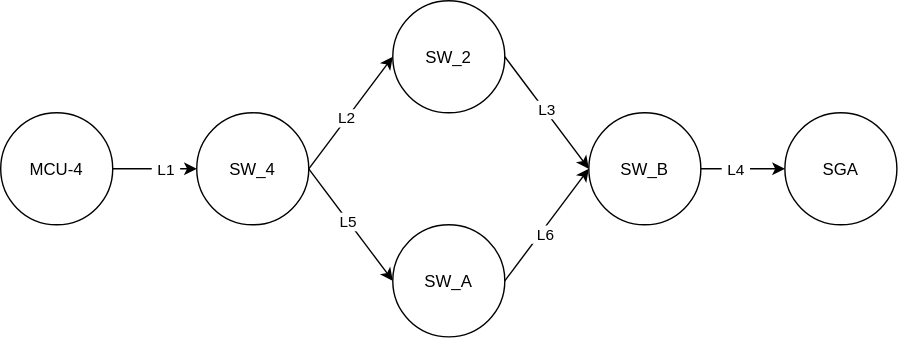
Earlier version of the draw.io export Figs/CB-aware.svg (Fre-Ar/RSIS). Source tidied: cells renumbered, new cells last; positions are measured from the earlier drawing's top-left corner, leaving out a move shared by most shapes.
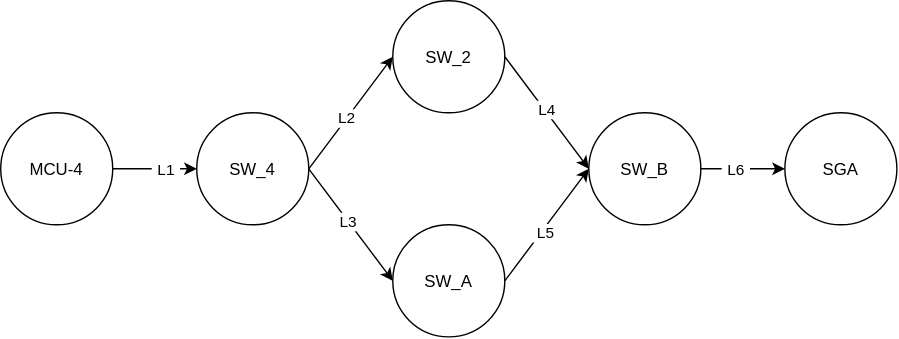
Later version of the same file.

Change to the diagram source:
```diff
@@ -32,13 +32,13 @@
     <mxCell id="11" style="endArrow=classic;html=1;rounded=0;defaultLabelBackgroundColor=page;labelPadding=0 4;exitX=1;exitY=0.5;exitDx=0;exitDy=0;entryX=0;entryY=0.5;entryDx=0;entryDy=0;" parent="1" edge="1" source="4" target="5">
       <mxGeometry relative="1" as="geometry" />
     </mxCell>
-    <mxCell id="12" value="L3" style="edgeLabel;html=1;align=center;verticalAlign=middle;inheritText=1;defaultLabelBackgroundColor=page;labelPadding=0 4;" parent="11" vertex="1">
+    <mxCell id="12" value="L4" style="edgeLabel;html=1;align=center;verticalAlign=middle;inheritText=1;defaultLabelBackgroundColor=page;labelPadding=0 4;" parent="11" vertex="1">
       <mxGeometry x="-0.04" y="1" relative="1" as="geometry" />
     </mxCell>
     <mxCell id="13" style="endArrow=classic;html=1;rounded=0;defaultLabelBackgroundColor=page;labelPadding=0 4;exitX=1;exitY=0.5;exitDx=0;exitDy=0;entryX=0;entryY=0.5;entryDx=0;entryDy=0;" parent="1" edge="1" source="5" target="6">
       <mxGeometry relative="1" as="geometry" />
     </mxCell>
-    <mxCell id="14" value="L4" style="edgeLabel;html=1;align=center;verticalAlign=middle;inheritText=1;defaultLabelBackgroundColor=page;labelPadding=0 4;" parent="13" vertex="1">
+    <mxCell id="14" value="L6" style="edgeLabel;html=1;align=center;verticalAlign=middle;inheritText=1;defaultLabelBackgroundColor=page;labelPadding=0 4;" parent="13" vertex="1">
       <mxGeometry x="-0.21" relative="1" as="geometry" />
     </mxCell>
     <mxCell id="15" value="SW_A" style="ellipse;whiteSpace=wrap;html=1;shapeInside=1;" parent="1" vertex="1">
@@ -47,7 +47,7 @@
     <mxCell id="16" style="endArrow=classic;html=1;rounded=0;defaultLabelBackgroundColor=page;labelPadding=0 4;exitX=1;exitY=0.5;exitDx=0;exitDy=0;entryX=0;entryY=0.5;entryDx=0;entryDy=0;" parent="1" edge="1" source="3" target="15">
       <mxGeometry relative="1" as="geometry" />
     </mxCell>
-    <mxCell id="17" value="L5" style="edgeLabel;html=1;align=center;verticalAlign=middle;inheritText=1;defaultLabelBackgroundColor=page;labelPadding=0 4;" parent="16" vertex="1">
+    <mxCell id="17" value="L3" style="edgeLabel;html=1;align=center;verticalAlign=middle;inheritText=1;defaultLabelBackgroundColor=page;labelPadding=0 4;" parent="16" vertex="1">
       <mxGeometry x="-0.07" relative="1" as="geometry">
         <mxPoint x="-1" as="offset" />
       </mxGeometry>
@@ -55,7 +55,7 @@
     <mxCell id="18" style="endArrow=classic;html=1;rounded=0;defaultLabelBackgroundColor=page;labelPadding=0 4;exitX=1;exitY=0.5;exitDx=0;exitDy=0;entryX=0;entryY=0.5;entryDx=0;entryDy=0;" parent="1" edge="1" source="15" target="5">
       <mxGeometry relative="1" as="geometry" />
     </mxCell>
-    <mxCell id="19" value="L6" style="edgeLabel;html=1;align=center;verticalAlign=middle;inheritText=1;defaultLabelBackgroundColor=page;labelPadding=0 4;" parent="18" vertex="1">
+    <mxCell id="19" value="L5" style="edgeLabel;html=1;align=center;verticalAlign=middle;inheritText=1;defaultLabelBackgroundColor=page;labelPadding=0 4;" parent="18" vertex="1">
       <mxGeometry x="-0.12" y="-2" relative="1" as="geometry" />
     </mxCell>
   </root>
```
